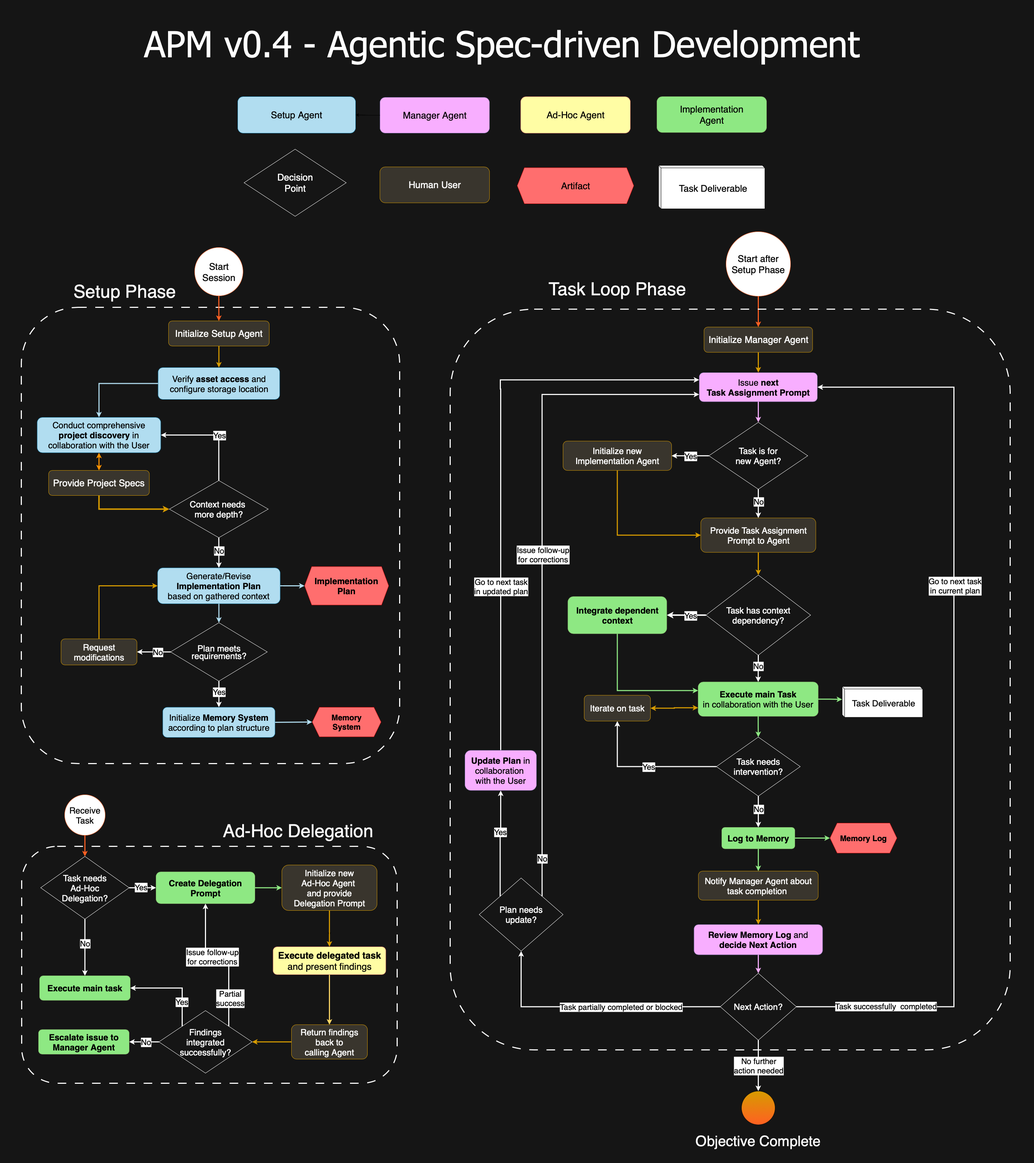
Earlier version of the draw.io export assets/apm-workflow-diagram.png (sdi2200262/agentic-project-management). Source tidied: cells renumbered, new cells last; positions are measured from the earlier drawing's top-left corner, leaving out a move shared by most shapes.
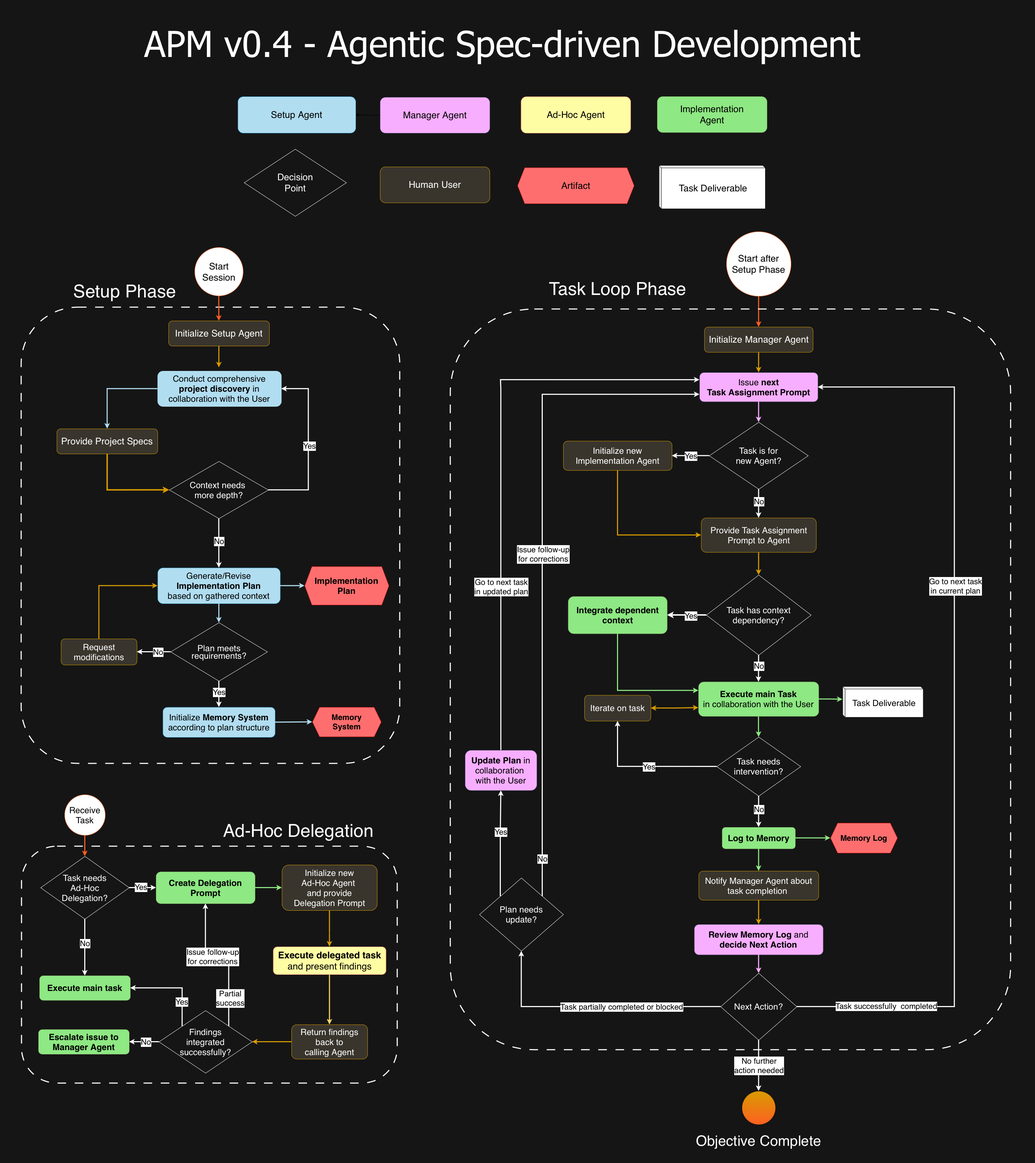
The same diagram one commit later.

The edit, as a diff of the source:
```diff
@@ -416,17 +416,19 @@
     <mxCell id="120" value="&lt;font style=&quot;font-size: 26px;&quot;&gt;&lt;span style=&quot;color: rgb(255, 255, 255);&quot;&gt;&lt;font&gt;Initialize&amp;nbsp;&lt;/font&gt;&lt;/span&gt;&lt;span style=&quot;color: rgb(255, 255, 255);&quot;&gt;Setup Agent&lt;/span&gt;&lt;/font&gt;" style="rounded=1;whiteSpace=wrap;html=1;fillColor=#39352D;strokeColor=#d79b00;" parent="1" vertex="1">
       <mxGeometry x="469.9" y="895" width="281.1" height="70" as="geometry" />
     </mxCell>
-    <mxCell id="121" style="endArrow=classic;html=1;rounded=0;exitX=0.5;exitY=1;exitDx=0;exitDy=0;entryX=0.5;entryY=0;entryDx=0;entryDy=0;strokeColor=#D79B00;strokeWidth=3;" parent="1" edge="1" source="120" target="122">
-      <mxGeometry relative="1" as="geometry" />
+    <mxCell id="121" style="endArrow=classic;html=1;rounded=0;exitX=0.5;exitY=1;exitDx=0;exitDy=0;entryX=0.5;entryY=0;entryDx=0;entryDy=0;strokeColor=#D79B00;strokeWidth=3;" parent="1" edge="1" source="120">
+      <mxGeometry relative="1" as="geometry">
+        <mxPoint x="610.5" y="1025" as="targetPoint" />
+      </mxGeometry>
     </mxCell>
-    <mxCell id="122" value="&lt;font style=&quot;font-size: 24px;&quot;&gt;Verify &lt;b&gt;asset access&lt;/b&gt; and&lt;/font&gt;&lt;div&gt;&lt;font style=&quot;font-size: 24px;&quot;&gt;configure storage location&lt;/font&gt;&lt;/div&gt;" style="rounded=1;whiteSpace=wrap;html=1;fillColor=#b1ddf0;strokeColor=#10739e;" parent="1" vertex="1">
-      <mxGeometry x="440.7" y="1025" width="339.6" height="89" as="geometry" />
-    </mxCell>
+    <mxCell id="149" style="edgeStyle=orthogonalEdgeStyle;rounded=0;jettySize=auto;html=1;exitX=0;exitY=0.5;exitDx=0;exitDy=0;entryX=0.5;entryY=0;entryDx=0;entryDy=0;strokeColor=#B1DDF0;strokeWidth=3;" parent="1" edge="1" source="123" target="142">
+      <mxGeometry relative="1" as="geometry" />
+    </mxCell>
-    <mxCell id="123" value="&lt;font style=&quot;font-size: 24px;&quot;&gt;Conduct comprehensive&lt;/font&gt;&lt;div&gt;&lt;font style=&quot;font-size: 24px;&quot;&gt;&lt;b&gt;project&amp;nbsp;&lt;/b&gt;&lt;/font&gt;&lt;b style=&quot;font-size: 24px;&quot;&gt;discovery&lt;/b&gt;&lt;span style=&quot;font-size: 24px;&quot;&gt;&amp;nbsp;in&lt;/span&gt;&lt;/div&gt;&lt;div&gt;&lt;span style=&quot;font-size: 24px;&quot;&gt;collaboration&amp;nbsp;&lt;/span&gt;&lt;span style=&quot;font-size: 24px;&quot;&gt;with the User&lt;/span&gt;&lt;/div&gt;" style="rounded=1;whiteSpace=wrap;html=1;fillColor=#b1ddf0;strokeColor=#10739e;" parent="1" vertex="1">
-      <mxGeometry x="103.3" y="1164" width="345" height="98.7" as="geometry" />
+    <mxCell id="123" value="&lt;font style=&quot;font-size: 24px;&quot;&gt;Conduct comprehensive&lt;/font&gt;&lt;div&gt;&lt;font style=&quot;font-size: 24px;&quot;&gt;&lt;b&gt;project&amp;nbsp;&lt;/b&gt;&lt;/font&gt;&lt;b style=&quot;font-size: 24px;&quot;&gt;discovery&lt;/b&gt;&lt;span style=&quot;font-size: 24px;&quot;&gt;&amp;nbsp;in&lt;/span&gt;&lt;/div&gt;&lt;div&gt;&lt;span style=&quot;font-size: 24px;&quot;&gt;collaboration&amp;nbsp;&lt;/span&gt;&lt;span style=&quot;font-size: 24px;&quot;&gt;with the User&lt;/span&gt;&lt;/div&gt;" style="rounded=1;whiteSpace=wrap;html=1;fillColor=#b1ddf0;strokeColor=#B1DDF0;" parent="1" vertex="1">
+      <mxGeometry x="439.4" y="1035" width="345" height="98.7" as="geometry" />
     </mxCell>
     <mxCell id="124" value="&lt;font style=&quot;font-size: 24px;&quot; color=&quot;#ffffff&quot;&gt;&lt;span style=&quot;caret-color: rgb(255, 255, 255);&quot;&gt;Context needs&amp;nbsp;&lt;/span&gt;&lt;/font&gt;&lt;div&gt;&lt;font style=&quot;font-size: 24px;&quot;&gt;&lt;font color=&quot;#ffffff&quot;&gt;&lt;span style=&quot;caret-color: rgb(255, 255, 255);&quot;&gt;more&amp;nbsp;&lt;/span&gt;&lt;/font&gt;&lt;span style=&quot;caret-color: rgb(255, 255, 255); color: rgb(255, 255, 255);&quot;&gt;depth?&lt;/span&gt;&lt;/font&gt;&lt;/div&gt;" style="rhombus;whiteSpace=wrap;html=1;fillColor=none;strokeColor=#FFFFFF;" parent="1" vertex="1">
-      <mxGeometry x="472.3" y="1340.3" width="275.9" height="159.5" as="geometry" />
+      <mxGeometry x="472.3" y="1287" width="275.9" height="159.5" as="geometry" />
     </mxCell>
     <mxCell id="125" value="&lt;font style=&quot;font-size: 24px;&quot;&gt;Generate/Revise&lt;/font&gt;&lt;div&gt;&lt;font style=&quot;font-size: 24px;&quot;&gt;&lt;b&gt;Implementation Plan&lt;/b&gt;&lt;/font&gt;&lt;div&gt;&lt;font style=&quot;font-size: 24px;&quot;&gt;based on gathered context&lt;/font&gt;&lt;/div&gt;&lt;/div&gt;" style="rounded=1;whiteSpace=wrap;html=1;fillColor=#b1ddf0;strokeColor=#10739e;" parent="1" vertex="1">
       <mxGeometry x="439.4" y="1583.8" width="342.1" height="100.3" as="geometry" />
@@ -486,25 +488,24 @@
       <mxGeometry relative="1" as="geometry" />
     </mxCell>
     <mxCell id="142" value="&lt;font color=&quot;#ffffff&quot;&gt;&lt;span style=&quot;caret-color: rgb(255, 255, 255); font-size: 26px;&quot;&gt;Provide Project Specs&lt;/span&gt;&lt;/font&gt;" style="rounded=1;whiteSpace=wrap;html=1;fillColor=#39352D;strokeColor=#d79b00;" parent="1" vertex="1">
-      <mxGeometry x="135.2" y="1312" width="281.1" height="70" as="geometry" />
+      <mxGeometry x="158.3" y="1196" width="281.1" height="70" as="geometry" />
     </mxCell>
     <mxCell id="143" style="endArrow=classic;html=1;rounded=0;exitX=0.5;exitY=1;exitDx=0;exitDy=0;entryX=0;entryY=0.5;entryDx=0;entryDy=0;strokeColor=#D79B00;strokeWidth=4;edgeStyle=orthogonalEdgeStyle;" parent="1" edge="1" source="142" target="124">
       <mxGeometry relative="1" as="geometry" />
     </mxCell>
-    <mxCell id="144" style="endArrow=classic;html=1;rounded=0;exitX=0.5;exitY=0;exitDx=0;exitDy=0;entryX=1;entryY=0.5;entryDx=0;entryDy=0;strokeColor=#FFFFFF;strokeWidth=3;edgeStyle=orthogonalEdgeStyle;" parent="1" edge="1" source="124" target="123">
-      <mxGeometry relative="1" as="geometry" />
+    <mxCell id="144" style="endArrow=classic;html=1;rounded=0;exitX=1;exitY=0.5;exitDx=0;exitDy=0;entryX=1;entryY=0.5;entryDx=0;entryDy=0;strokeColor=#FFFFFF;strokeWidth=3;edgeStyle=orthogonalEdgeStyle;" parent="1" edge="1" source="124" target="123">
+      <mxGeometry relative="1" as="geometry">
+        <Array as="points">
+          <mxPoint x="860" y="1367" />
+          <mxPoint x="860" y="1084" />
+        </Array>
+      </mxGeometry>
     </mxCell>
     <mxCell id="145" value="&lt;font style=&quot;font-size: 22px;&quot;&gt;Yes&lt;/font&gt;" style="edgeLabel;html=1;align=center;verticalAlign=middle;" parent="144" vertex="1">
       <mxGeometry relative="1" as="geometry">
-        <mxPoint x="18" as="offset" />
+        <mxPoint x="2" as="offset" />
       </mxGeometry>
     </mxCell>
-    <mxCell id="146" style="endArrow=classic;startArrow=classic;html=1;rounded=0;exitX=0.5;exitY=0;exitDx=0;exitDy=0;entryX=0.5;entryY=1;entryDx=0;entryDy=0;strokeColor=light-dark(#ff9300, #ededed);strokeWidth=3;" parent="1" edge="1" source="142" target="123">
-      <mxGeometry relative="1" as="geometry" />
-    </mxCell>
-    <mxCell id="147" style="endArrow=classic;html=1;rounded=0;exitX=0;exitY=0.5;exitDx=0;exitDy=0;entryX=0.5;entryY=0;entryDx=0;entryDy=0;edgeStyle=orthogonalEdgeStyle;strokeColor=#B1DDF0;strokeWidth=3;" parent="1" edge="1" source="122" target="123">
-      <mxGeometry relative="1" as="geometry" />
-    </mxCell>
     <mxCell id="148" style="endArrow=classic;html=1;rounded=0;strokeWidth=3;strokeColor=#FF6022;exitX=0.5;exitY=1;exitDx=0;exitDy=0;" parent="1" edge="1" source="118" target="120">
       <mxGeometry relative="1" as="geometry" />
     </mxCell>
```
